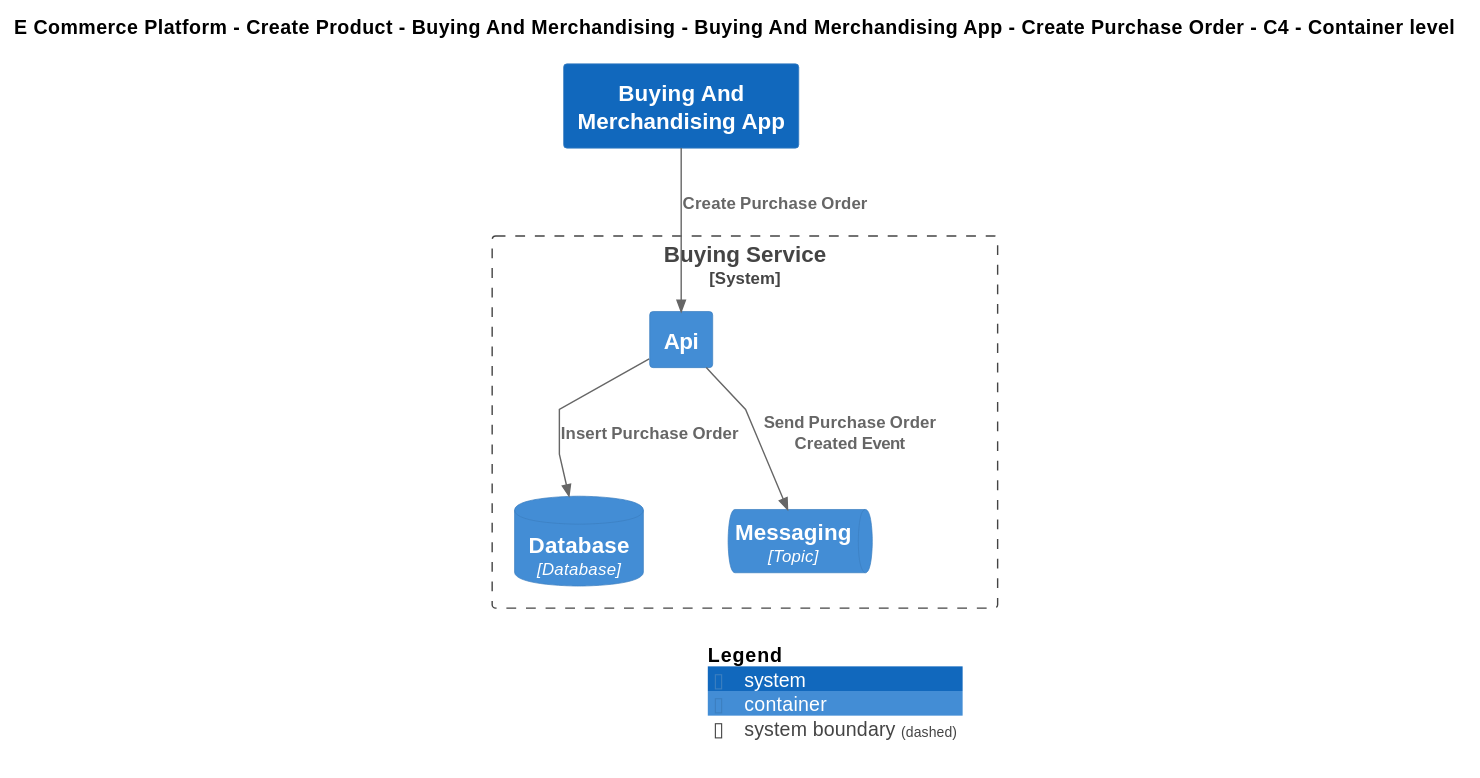
This is Samples/E-Commerce Platform/Yaml/Diagrams/E Commerce Platform/Create Product/Buying And Merchandising/Software Systems/Buying And Merchandising App/Interfaces/Create Purchase Order/Container - C4.svg from mnadenysenko/C4InterFlow, a PlantUML export, as it was before one commit. Source of this version:
```plantuml
@startuml
!include ..\..\..\..\..\..\..\.c4s\C4_Container.puml

AddElementTag("c4interflow:lifecycle:new", $bgColor=green, $fontColor=#ffffff, $borderColor=green, $shadowing="False")
AddElementTag("c4interflow:lifecycle:changed", $bgColor=orange, $fontColor=#ffffff, $borderColor=orange, $shadowing="False")
AddElementTag("c4interflow:lifecycle:removed", $bgColor=red, $fontColor=#ffffff, $borderColor=red, $shadowing="False")

AddRelTag("c4interflow:lifecycle:new", $textColor=green, $lineColor=green)
AddRelTag("c4interflow:lifecycle:changed", $textColor=orange, $lineColor=orange)
AddRelTag("c4interflow:lifecycle:removed", $textColor=red, $lineColor=red)

SHOW_PERSON_PORTRAIT()
LAYOUT_TOP_DOWN()

skinparam linetype polyline

title E Commerce Platform - Create Product - Buying And Merchandising - Buying And Merchandising App - Create Purchase Order - C4 - Container level

System(ECommercePlatform.CreateProduct.BuyingAndMerchandising.SoftwareSystems.BuyingAndMerchandisingApp, "Buying And Merchandising App", "")

System_Boundary(ECommercePlatform.CreateProduct.BuyingAndMerchandising.SoftwareSystems.BuyingService, "Buying Service") {
    Container(ECommercePlatform.CreateProduct.BuyingAndMerchandising.SoftwareSystems.BuyingService.Containers.Api, "Api", "", "")
    ContainerDb(ECommercePlatform.CreateProduct.BuyingAndMerchandising.SoftwareSystems.BuyingService.Containers.Database, "Database", "Database", "")
    ContainerQueue(ECommercePlatform.CreateProduct.BuyingAndMerchandising.SoftwareSystems.BuyingService.Containers.Messaging, "Messaging", "Topic", "")
}

Rel(ECommercePlatform.CreateProduct.BuyingAndMerchandising.SoftwareSystems.BuyingAndMerchandisingApp, ECommercePlatform.CreateProduct.BuyingAndMerchandising.SoftwareSystems.BuyingService.Containers.Api, "Create Purchase Order")
Rel(ECommercePlatform.CreateProduct.BuyingAndMerchandising.SoftwareSystems.BuyingService.Containers.Api, ECommercePlatform.CreateProduct.BuyingAndMerchandising.SoftwareSystems.BuyingService.Containers.Database, "Insert Purchase Order")
Rel(ECommercePlatform.CreateProduct.BuyingAndMerchandising.SoftwareSystems.BuyingService.Containers.Api, ECommercePlatform.CreateProduct.BuyingAndMerchandising.SoftwareSystems.BuyingService.Containers.Messaging, "Send Purchase Order Created Event")


SHOW_LEGEND()
@enduml
```
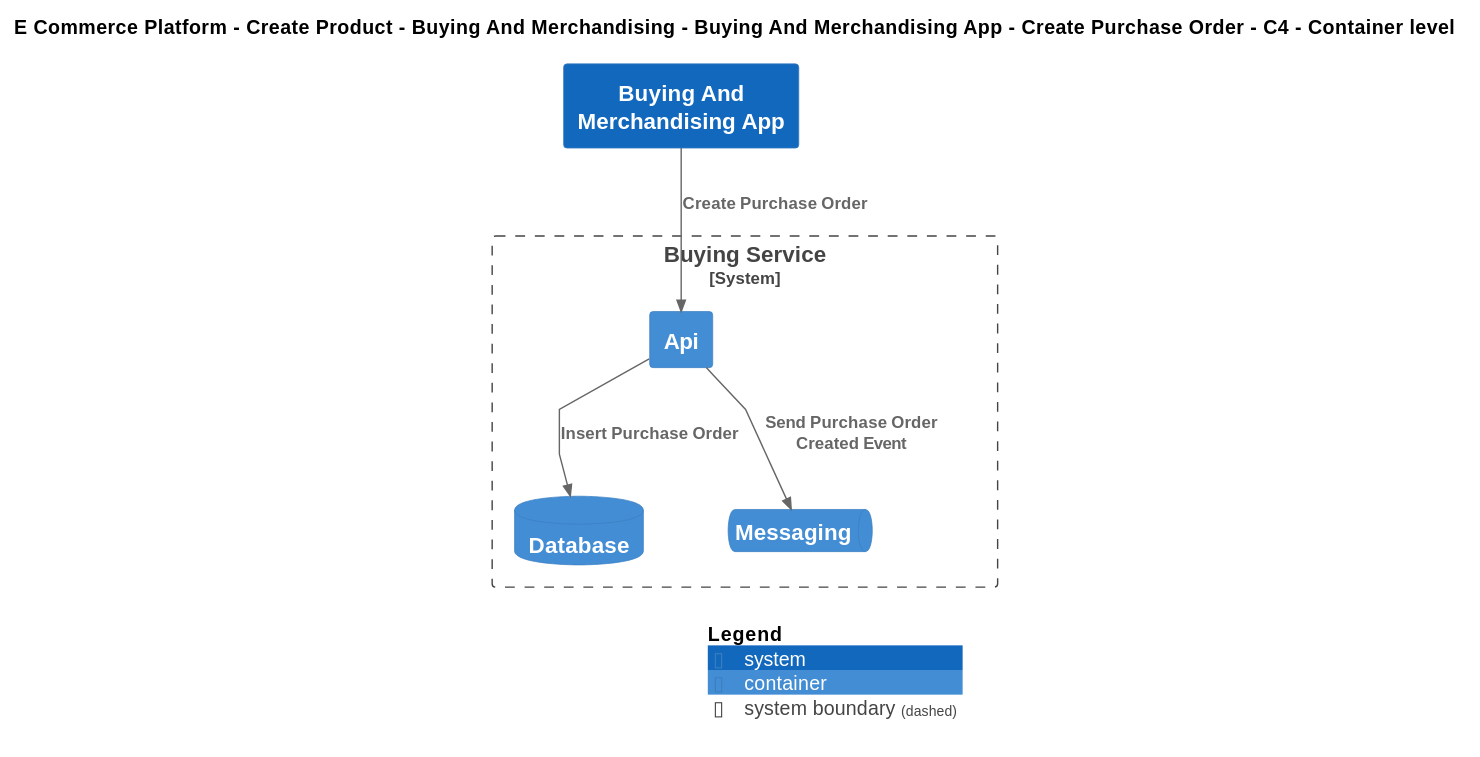
The same file after the commit.

Change to the diagram source:
```diff
@@ -20,8 +20,8 @@
 
 System_Boundary(ECommercePlatform.CreateProduct.BuyingAndMerchandising.SoftwareSystems.BuyingService, "Buying Service") {
     Container(ECommercePlatform.CreateProduct.BuyingAndMerchandising.SoftwareSystems.BuyingService.Containers.Api, "Api", "", "")
-    ContainerDb(ECommercePlatform.CreateProduct.BuyingAndMerchandising.SoftwareSystems.BuyingService.Containers.Database, "Database", "Database", "")
-    ContainerQueue(ECommercePlatform.CreateProduct.BuyingAndMerchandising.SoftwareSystems.BuyingService.Containers.Messaging, "Messaging", "Topic", "")
+    ContainerDb(ECommercePlatform.CreateProduct.BuyingAndMerchandising.SoftwareSystems.BuyingService.Containers.Database, "Database", "", "")
+    ContainerQueue(ECommercePlatform.CreateProduct.BuyingAndMerchandising.SoftwareSystems.BuyingService.Containers.Messaging, "Messaging", "", "")
 }
 
 Rel(ECommercePlatform.CreateProduct.BuyingAndMerchandising.SoftwareSystems.BuyingAndMerchandisingApp, ECommercePlatform.CreateProduct.BuyingAndMerchandising.SoftwareSystems.BuyingService.Containers.Api, "Create Purchase Order")
```
